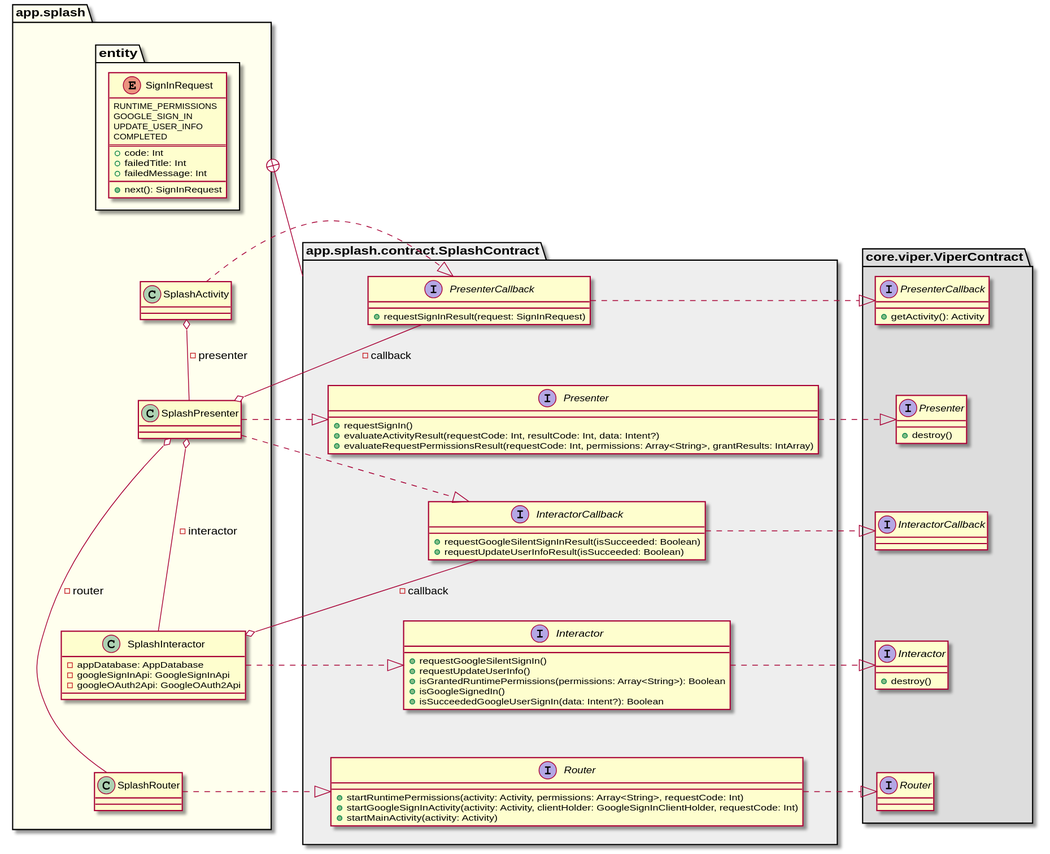
Earlier version of the PlantUML export uml/splash/class_diagram_splash_viper.svg (sallyluenoa/PhotoSlideShow). Its diagram source:
```plantuml
@startuml
namespace app.splash #FFFFEE {

  namespace entity {
    enum SignInRequest {
      RUNTIME_PERMISSIONS
      GOOGLE_SIGN_IN
      UPDATE_USER_INFO
      COMPLETED
      ==
      + code: Int
      + failedTitle: Int
      + failedMessage: Int
      __
      + next(): SignInRequest
    }

    SignInRequest -[hidden]-> app.splash.SplashActivity
  }

  class SplashActivity
  class SplashPresenter
  class SplashInteractor {
    - appDatabase: AppDatabase
    - googleSignInApi: GoogleSignInApi
    - googleOAuth2Api: GoogleOAuth2Api
  }
  class SplashRouter

  SplashActivity o-- SplashPresenter: -presenter
  SplashPresenter o--- SplashInteractor: -interactor
  SplashPresenter o---- SplashRouter: -router

  SplashPresenter .|> app.splash.contract.SplashContract.Presenter
  SplashInteractor .|> app.splash.contract.SplashContract.Interactor
  SplashRouter .|> app.splash.contract.SplashContract.Router

  SplashActivity ..|> app.splash.contract.SplashContract.PresenterCallback
  SplashPresenter o-- app.splash.contract.SplashContract.PresenterCallback: -callback
  SplashPresenter ..|> app.splash.contract.SplashContract.InteractorCallback
  SplashInteractor o-- app.splash.contract.SplashContract.InteractorCallback: -callback

  app.splash.contract.SplashContract.Presenter -[hidden]> SplashPresenter
  app.splash.contract.SplashContract.Interactor -[hidden]> SplashInteractor
  app.splash.contract.SplashContract.Router -[hidden]> SplashRouter

}

namespace app.splash.contract.SplashContract #EEEEEE {
  interface Presenter {
    + requestSignIn()
    + evaluateActivityResult(requestCode: Int, resultCode: Int, data: Intent?)
    + evaluateRequestPermissionsResult(requestCode: Int, permissions: Array<String>, grantResults: IntArray)
  }
  interface PresenterCallback {
    + requestSignInResult(request: SignInRequest)
  }
  interface Interactor {
    + requestGoogleSilentSignIn()
    + requestUpdateUserInfo()
    + isGrantedRuntimePermissions(permissions: Array<String>): Boolean
    + isGoogleSignedIn()
    + isSucceededGoogleUserSignIn(data: Intent?): Boolean
  }
  interface InteractorCallback {
    + requestGoogleSilentSignInResult(isSucceeded: Boolean)
    + requestUpdateUserInfoResult(isSucceeded: Boolean)
  }
  interface Router {
    + startRuntimePermissions(activity: Activity, permissions: Array<String>, requestCode: Int)
    + startGoogleSignInActivity(activity: Activity, clientHolder: GoogleSignInClientHolder, requestCode: Int)
    + startMainActivity(activity: Activity)
  }

  PresenterCallback -[hidden]-> Presenter
  Presenter -[hidden]-> InteractorCallback
  InteractorCallback -[hidden]-> Interactor
  Interactor -[hidden]-> Router

  Presenter .|> core.viper.ViperContract.Presenter
  PresenterCallback .|> core.viper.ViperContract.PresenterCallback
  Interactor .|> core.viper.ViperContract.Interactor
  InteractorCallback .|> core.viper.ViperContract.InteractorCallback
  Router .|> core.viper.ViperContract.Router
}

app.splash +-- app.splash.contract.SplashContract

namespace core.viper.ViperContract #DDDDDD {
  interface Presenter {
    + destroy()
  }
  interface PresenterCallback {
    + getActivity(): Activity
  }
  interface Interactor {
    + destroy()
  }
  interface InteractorCallback
  interface Router

  PresenterCallback -[hidden]-> Presenter
  Presenter -[hidden]-> InteractorCallback
  InteractorCallback -[hidden]-> Interactor
  Interactor -[hidden]-> Router
}
@enduml
```
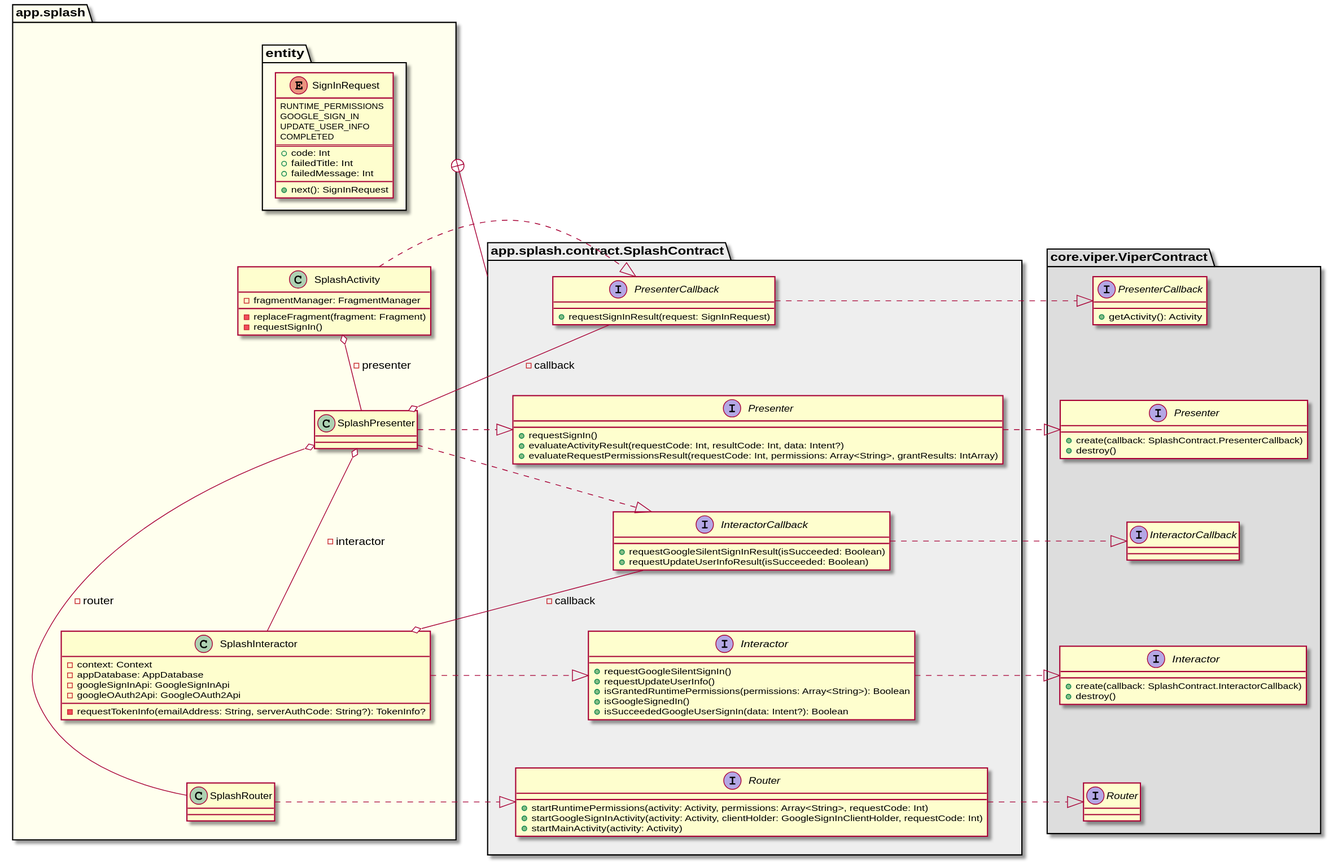
After the commit.

Commit message:
Write UML for design #13

What changed in the source:
```diff
@@ -18,12 +18,18 @@
     SignInRequest -[hidden]-> app.splash.SplashActivity
   }
 
-  class SplashActivity
+  class SplashActivity {
+    - fragmentManager: FragmentManager
+    - replaceFragment(fragment: Fragment)
+    - requestSignIn()
+  }
   class SplashPresenter
   class SplashInteractor {
+    - context: Context
     - appDatabase: AppDatabase
     - googleSignInApi: GoogleSignInApi
     - googleOAuth2Api: GoogleOAuth2Api
+    - requestTokenInfo(emailAddress: String, serverAuthCode: String?): TokenInfo?
   }
   class SplashRouter
 
@@ -88,12 +94,14 @@
 
 namespace core.viper.ViperContract #DDDDDD {
   interface Presenter {
+    + create(callback: SplashContract.PresenterCallback)
     + destroy()
   }
   interface PresenterCallback {
     + getActivity(): Activity
   }
   interface Interactor {
+    + create(callback: SplashContract.InteractorCallback)
     + destroy()
   }
   interface InteractorCallback
```
